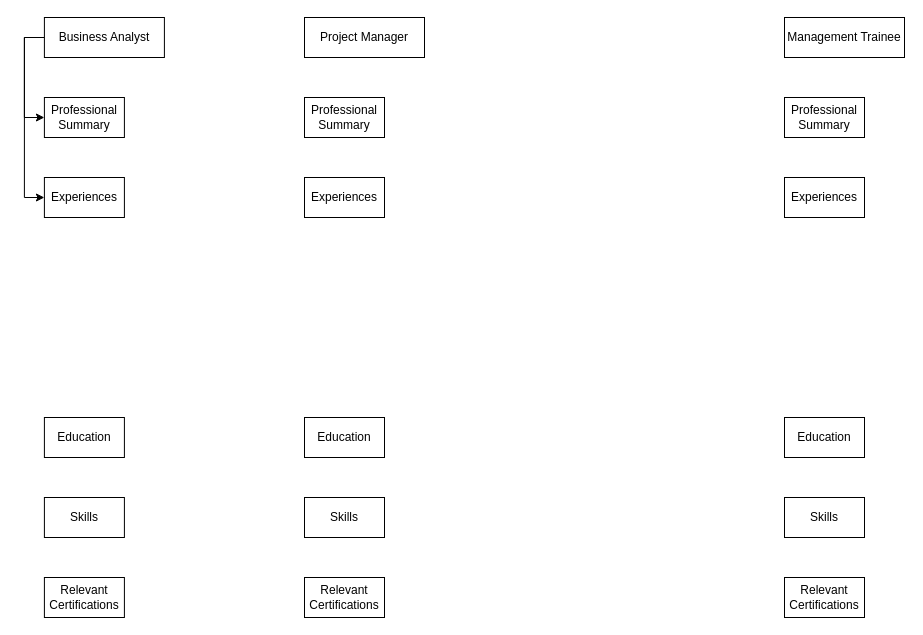
Earlier version of the draw.io diagram Personal.drawio (hanggaa/Diagram). Source tidied: cells renumbered, new cells numbered last; positions are measured from the earlier drawing's top-left corner, leaving out a move shared by most shapes. Both pictures are drawn from the tidied source at 100%, with x=0, y=0 at pixel (24, 17).
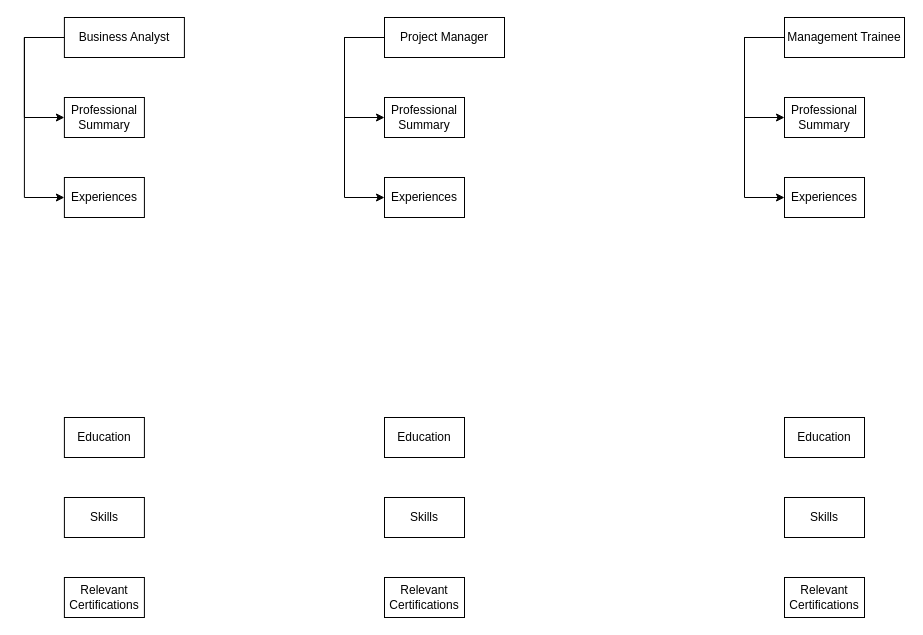
The same page after the edit.

Unchanged cells that the change refers to:
```xml
<mxCell id="6" value="Management Trainee" style="rounded=0;whiteSpace=wrap;html=1;" parent="1" vertex="1">
  <mxGeometry x="760" width="120" height="40" as="geometry" />
</mxCell>
<mxCell id="17" value="Professional Summary" style="rounded=0;whiteSpace=wrap;html=1;" parent="1" vertex="1">
  <mxGeometry x="760" y="80" width="80" height="40" as="geometry" />
</mxCell>
<mxCell id="18" value="Experiences" style="rounded=0;whiteSpace=wrap;html=1;" parent="1" vertex="1">
  <mxGeometry x="760" y="160" width="80" height="40" as="geometry" />
</mxCell>
```

The edit, as a diff of the source:
```diff
@@
     <mxCell id="4" value="Business Analyst" style="rounded=0;whiteSpace=wrap;html=1;" parent="1" vertex="1">
-      <mxGeometry x="19.9" width="120" height="40" as="geometry" />
+      <mxGeometry x="39.9" width="120" height="40" as="geometry" />
     </mxCell>
+    <mxCell id="22" style="edgeStyle=orthogonalEdgeStyle;rounded=0;jettySize=auto;html=1;entryX=0;entryY=0.5;entryDx=0;entryDy=0;" parent="1" edge="1" source="5" target="12">
+      <mxGeometry relative="1" as="geometry">
+        <Array as="points">
+          <mxPoint x="320" y="20" />
+          <mxPoint x="320" y="100" />
+        </Array>
+      </mxGeometry>
+    </mxCell>
+    <mxCell id="23" style="edgeStyle=orthogonalEdgeStyle;rounded=0;jettySize=auto;html=1;entryX=0;entryY=0.5;entryDx=0;entryDy=0;" parent="1" edge="1" source="5" target="13">
+      <mxGeometry relative="1" as="geometry">
+        <Array as="points">
+          <mxPoint x="320" y="20" />
+          <mxPoint x="320" y="180" />
+        </Array>
+      </mxGeometry>
+    </mxCell>
     <mxCell id="5" value="Project Manager" style="rounded=0;whiteSpace=wrap;html=1;" parent="1" vertex="1">
-      <mxGeometry x="280" width="120" height="40" as="geometry" />
+      <mxGeometry x="360" width="120" height="40" as="geometry" />
     </mxCell>
+    <mxCell id="24" style="edgeStyle=orthogonalEdgeStyle;rounded=0;jettySize=auto;html=1;entryX=0;entryY=0.5;entryDx=0;entryDy=0;" parent="1" edge="1" source="6" target="17">
+      <mxGeometry relative="1" as="geometry">
+        <Array as="points">
+          <mxPoint x="720" y="20" />
+          <mxPoint x="720" y="100" />
+        </Array>
+      </mxGeometry>
+    </mxCell>
+    <mxCell id="25" style="edgeStyle=orthogonalEdgeStyle;rounded=0;jettySize=auto;html=1;entryX=0;entryY=0.5;entryDx=0;entryDy=0;" parent="1" edge="1" source="6" target="18">
+      <mxGeometry relative="1" as="geometry">
+        <Array as="points">
+          <mxPoint x="720" y="20" />
+          <mxPoint x="720" y="180" />
+        </Array>
+      </mxGeometry>
+    </mxCell>
@@
     <mxCell id="7" value="Professional Summary" style="rounded=0;whiteSpace=wrap;html=1;" parent="1" vertex="1">
-      <mxGeometry x="19.9" y="80" width="80" height="40" as="geometry" />
+      <mxGeometry x="39.9" y="80" width="80" height="40" as="geometry" />
     </mxCell>
     <mxCell id="8" value="Experiences" style="rounded=0;whiteSpace=wrap;html=1;" parent="1" vertex="1">
-      <mxGeometry x="19.9" y="160" width="80" height="40" as="geometry" />
+      <mxGeometry x="39.9" y="160" width="80" height="40" as="geometry" />
     </mxCell>
     <mxCell id="9" value="Education" style="rounded=0;whiteSpace=wrap;html=1;" parent="1" vertex="1">
-      <mxGeometry x="19.9" y="400" width="80" height="40" as="geometry" />
+      <mxGeometry x="39.9" y="400" width="80" height="40" as="geometry" />
     </mxCell>
     <mxCell id="10" value="Skills" style="rounded=0;whiteSpace=wrap;html=1;" parent="1" vertex="1">
-      <mxGeometry x="19.9" y="480" width="80" height="40" as="geometry" />
+      <mxGeometry x="39.9" y="480" width="80" height="40" as="geometry" />
     </mxCell>
     <mxCell id="11" value="Relevant Certifications" style="rounded=0;whiteSpace=wrap;html=1;" parent="1" vertex="1">
-      <mxGeometry x="19.9" y="560" width="80" height="40" as="geometry" />
+      <mxGeometry x="39.9" y="560" width="80" height="40" as="geometry" />
     </mxCell>
     <mxCell id="12" value="Professional Summary" style="rounded=0;whiteSpace=wrap;html=1;" parent="1" vertex="1">
-      <mxGeometry x="280" y="80" width="80" height="40" as="geometry" />
+      <mxGeometry x="360" y="80" width="80" height="40" as="geometry" />
     </mxCell>
     <mxCell id="13" value="Experiences" style="rounded=0;whiteSpace=wrap;html=1;" parent="1" vertex="1">
-      <mxGeometry x="280" y="160" width="80" height="40" as="geometry" />
+      <mxGeometry x="360" y="160" width="80" height="40" as="geometry" />
     </mxCell>
     <mxCell id="14" value="Education" style="rounded=0;whiteSpace=wrap;html=1;" parent="1" vertex="1">
-      <mxGeometry x="280" y="400" width="80" height="40" as="geometry" />
+      <mxGeometry x="360" y="400" width="80" height="40" as="geometry" />
     </mxCell>
     <mxCell id="15" value="Skills" style="rounded=0;whiteSpace=wrap;html=1;" parent="1" vertex="1">
-      <mxGeometry x="280" y="480" width="80" height="40" as="geometry" />
+      <mxGeometry x="360" y="480" width="80" height="40" as="geometry" />
     </mxCell>
     <mxCell id="16" value="Relevant Certifications" style="rounded=0;whiteSpace=wrap;html=1;" parent="1" vertex="1">
-      <mxGeometry x="280" y="560" width="80" height="40" as="geometry" />
+      <mxGeometry x="360" y="560" width="80" height="40" as="geometry" />
     </mxCell>
```
